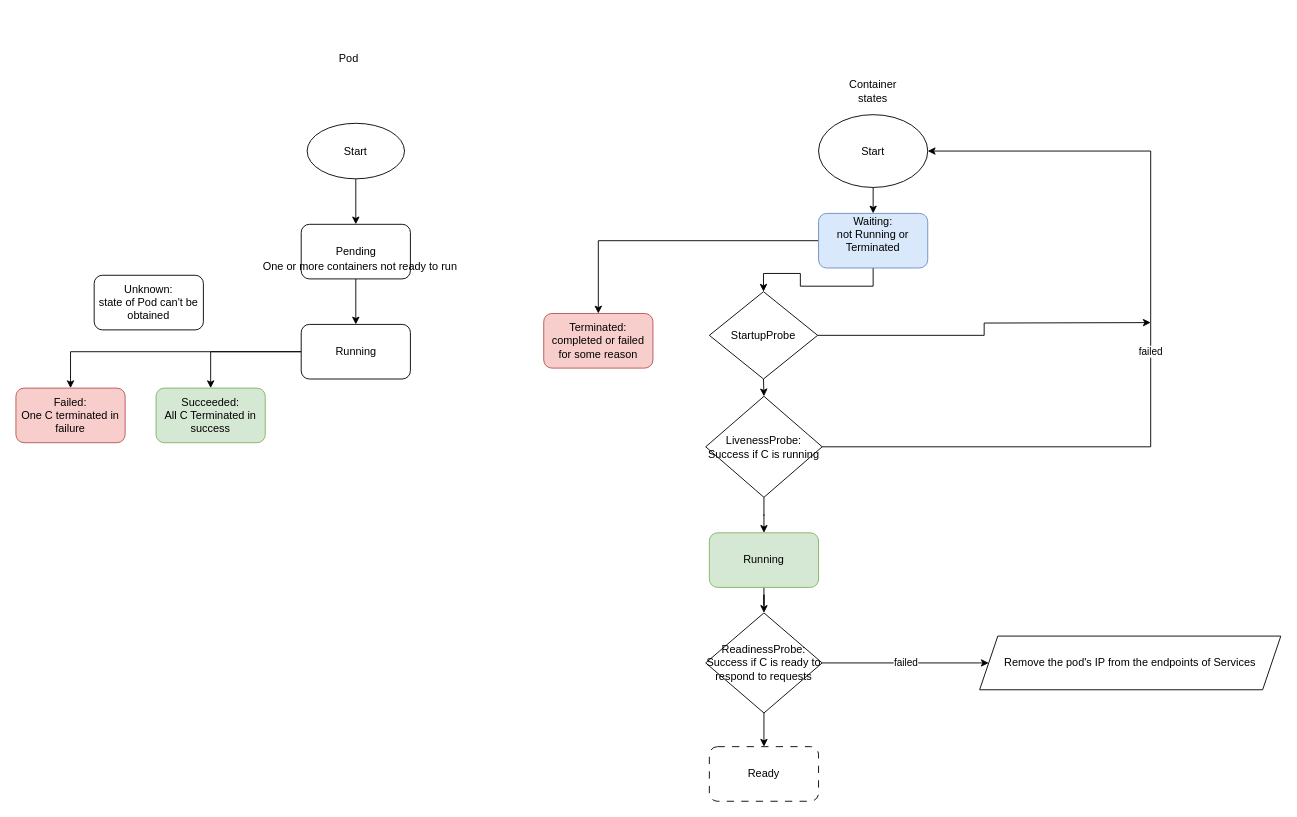
Before: pod lifecycle.drawio in Albert-W/Draw_io, a draw.io diagram. Source tidied: cells renumbered, new cells numbered last; positions are measured from the earlier drawing's top-left corner, leaving out a move shared by most shapes. Both pictures are drawn from the tidied source at 91%, with x=0, y=0 at pixel (15, 45).
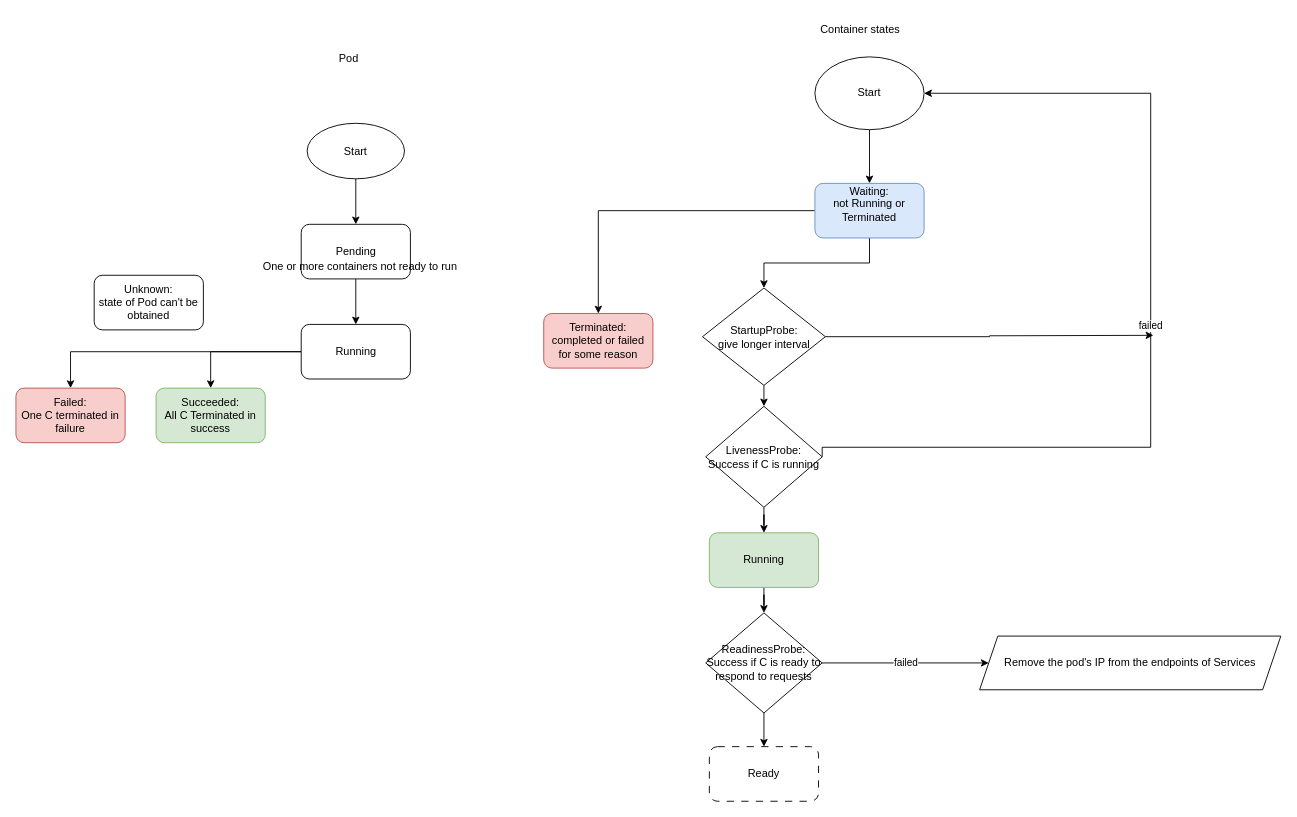
The same page after the edit.

Change to the diagram source:
```diff
@@
     <mxCell id="15" value="Start" style="ellipse;whiteSpace=wrap;html=1;" parent="1" vertex="1">
-      <mxGeometry x="882" y="76.5" width="120" height="80" as="geometry" />
+      <mxGeometry x="878" y="13" width="120" height="80" as="geometry" />
     </mxCell>
     <mxCell id="16" value="Container states" style="text;html=1;align=center;verticalAlign=middle;whiteSpace=wrap;rounded=0;" parent="1" vertex="1">
-      <mxGeometry x="912" y="36" width="60" height="30" as="geometry" />
+      <mxGeometry x="865" y="-32" width="126" height="30" as="geometry" />
     </mxCell>
@@
     <mxCell id="19" value="Waiting:&lt;div&gt;not Running or Terminated&lt;/div&gt;&lt;div&gt;&lt;br&gt;&lt;/div&gt;" style="rounded=1;whiteSpace=wrap;html=1;fillColor=#dae8fc;strokeColor=#6c8ebf;" parent="1" vertex="1">
-      <mxGeometry x="882" y="185" width="120" height="60" as="geometry" />
+      <mxGeometry x="878" y="152" width="120" height="60" as="geometry" />
     </mxCell>
@@
     <mxCell id="21" value="failed" style="edgeStyle=orthogonalEdgeStyle;rounded=0;jettySize=auto;html=1;exitX=1;exitY=0.5;exitDx=0;exitDy=0;entryX=1;entryY=0.5;entryDx=0;entryDy=0;" parent="1" edge="1" source="25" target="15">
       <mxGeometry relative="1" as="geometry">
         <Array as="points">
-          <mxPoint x="1247" y="441" />
-          <mxPoint x="1247" y="117" />
+          <mxPoint x="1247" y="442" />
+          <mxPoint x="1247" y="53" />
         </Array>
       </mxGeometry>
     </mxCell>
@@
     <mxCell id="25" value="LivenessProbe: Success if C is running" style="rhombus;whiteSpace=wrap;html=1;" parent="1" vertex="1">
-      <mxGeometry x="758" y="386" width="128" height="111" as="geometry" />
+      <mxGeometry x="758" y="397" width="128" height="111" as="geometry" />
     </mxCell>
@@
     <mxCell id="31" style="edgeStyle=orthogonalEdgeStyle;rounded=0;jettySize=auto;html=1;exitX=1;exitY=0.5;exitDx=0;exitDy=0;" parent="1" edge="1" source="33">
       <mxGeometry relative="1" as="geometry">
-        <mxPoint x="1247" y="305" as="targetPoint" />
+        <mxPoint x="1250" y="319" as="targetPoint" />
       </mxGeometry>
     </mxCell>
@@
-    <mxCell id="33" value="StartupProbe" style="rhombus;whiteSpace=wrap;html=1;" parent="1" vertex="1">
-      <mxGeometry x="762" y="271" width="119" height="96" as="geometry" />
+    <mxCell id="33" value="StartupProbe:&lt;div&gt;give longer interval&lt;/div&gt;" style="rhombus;whiteSpace=wrap;html=1;" parent="1" vertex="1">
+      <mxGeometry x="754.5" y="267" width="135" height="107" as="geometry" />
     </mxCell>
```
